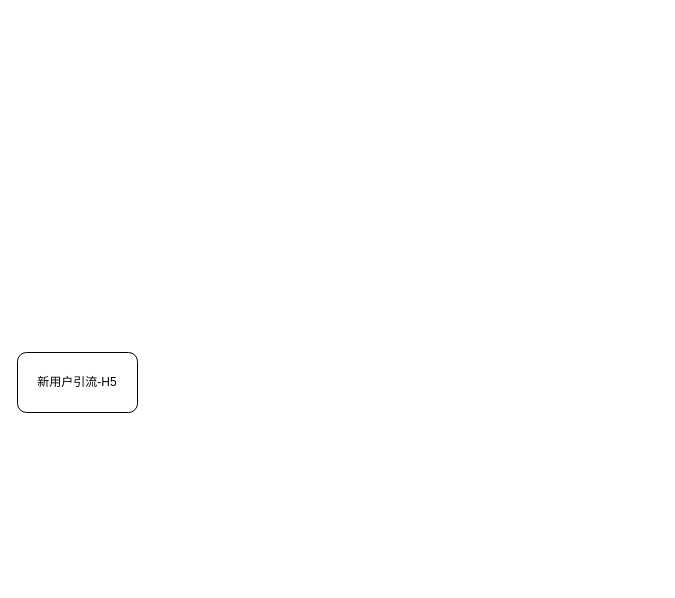
Earlier version of the draw.io diagram newuser_flow.drawio (hardygege/work). Source tidied: cells renumbered, new cells numbered last; positions are measured from the earlier drawing's top-left corner, leaving out a move shared by most shapes. Both pictures are drawn from the tidied source at 100%, with x=0, y=0 at pixel (17, 352).
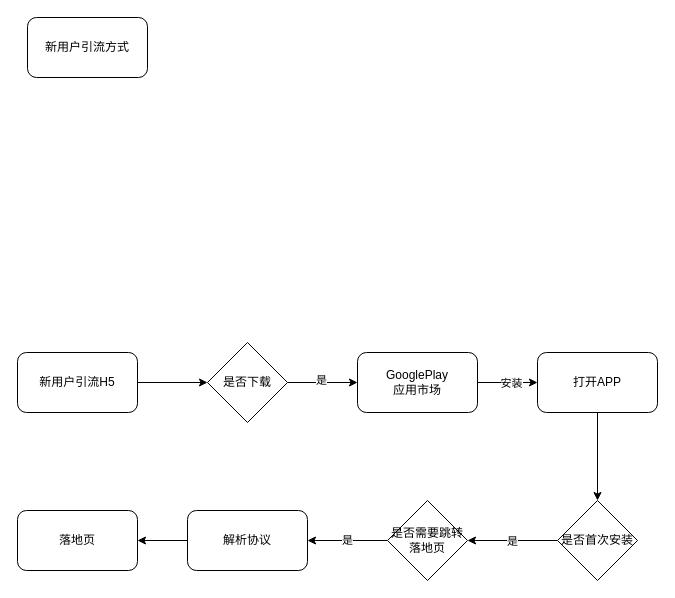
The same diagram, later.

Change to the diagram source:
```diff
@@
+    <mxCell id="3" style="edgeStyle=orthogonalEdgeStyle;rounded=0;jettySize=auto;html=1;" parent="1" edge="1" source="2" target="9">
+      <mxGeometry relative="1" as="geometry" />
+    </mxCell>
-    <mxCell id="2" value="新用户引流-H5" style="rounded=1;whiteSpace=wrap;html=1;" parent="1" vertex="1">
+    <mxCell id="2" value="新用户引流H5" style="rounded=1;whiteSpace=wrap;html=1;" parent="1" vertex="1">
       <mxGeometry width="120" height="60" as="geometry" />
     </mxCell>
+    <mxCell id="4" style="edgeStyle=orthogonalEdgeStyle;rounded=0;jettySize=auto;html=1;" parent="1" edge="1" source="6" target="11">
+      <mxGeometry relative="1" as="geometry" />
+    </mxCell>
+    <mxCell id="5" value="安装" style="edgeLabel;html=1;align=center;verticalAlign=middle;" parent="4" vertex="1">
+      <mxGeometry x="0.1" relative="1" as="geometry" />
+    </mxCell>
+    <mxCell id="6" value="GooglePlay&lt;br&gt;应用市场" style="rounded=1;whiteSpace=wrap;html=1;" parent="1" vertex="1">
+      <mxGeometry x="340" width="120" height="60" as="geometry" />
+    </mxCell>
+    <mxCell id="7" style="edgeStyle=orthogonalEdgeStyle;rounded=0;jettySize=auto;html=1;" parent="1" edge="1" source="9" target="6">
+      <mxGeometry relative="1" as="geometry" />
+    </mxCell>
+    <mxCell id="8" value="是" style="edgeLabel;html=1;align=center;verticalAlign=middle;" parent="7" vertex="1">
+      <mxGeometry x="-0.06" y="3" relative="1" as="geometry" />
+    </mxCell>
+    <mxCell id="9" value="是否下载" style="rhombus;whiteSpace=wrap;html=1;" parent="1" vertex="1">
+      <mxGeometry x="190" y="-10" width="80" height="80" as="geometry" />
+    </mxCell>
+    <mxCell id="10" style="edgeStyle=orthogonalEdgeStyle;rounded=0;jettySize=auto;html=1;" parent="1" edge="1" source="11" target="14">
+      <mxGeometry relative="1" as="geometry" />
+    </mxCell>
+    <mxCell id="11" value="打开APP" style="rounded=1;whiteSpace=wrap;html=1;" parent="1" vertex="1">
+      <mxGeometry x="520" width="120" height="60" as="geometry" />
+    </mxCell>
+    <mxCell id="12" style="edgeStyle=orthogonalEdgeStyle;rounded=0;jettySize=auto;html=1;" parent="1" edge="1" source="14" target="18">
+      <mxGeometry relative="1" as="geometry" />
+    </mxCell>
+    <mxCell id="13" value="是" style="edgeLabel;html=1;align=center;verticalAlign=middle;" parent="12" vertex="1">
+      <mxGeometry x="0.02" relative="1" as="geometry" />
+    </mxCell>
+    <mxCell id="14" value="是否首次安装" style="rhombus;whiteSpace=wrap;html=1;" parent="1" vertex="1">
+      <mxGeometry x="540" y="148" width="80" height="80" as="geometry" />
+    </mxCell>
+    <mxCell id="15" style="edgeStyle=orthogonalEdgeStyle;rounded=0;jettySize=auto;html=1;" parent="1" edge="1" source="16" target="19">
+      <mxGeometry relative="1" as="geometry" />
+    </mxCell>
+    <mxCell id="16" value="解析协议" style="rounded=1;whiteSpace=wrap;html=1;" parent="1" vertex="1">
+      <mxGeometry x="170" y="158" width="120" height="60" as="geometry" />
+    </mxCell>
+    <mxCell id="17" value="是" style="edgeStyle=orthogonalEdgeStyle;rounded=0;jettySize=auto;html=1;" parent="1" edge="1" source="18" target="16">
+      <mxGeometry relative="1" as="geometry" />
+    </mxCell>
+    <mxCell id="18" value="&lt;span&gt;是否需要跳转落地页&lt;/span&gt;" style="rhombus;whiteSpace=wrap;html=1;" parent="1" vertex="1">
+      <mxGeometry x="370" y="148" width="80" height="80" as="geometry" />
+    </mxCell>
+    <mxCell id="19" value="落地页" style="rounded=1;whiteSpace=wrap;html=1;" parent="1" vertex="1">
+      <mxGeometry y="158" width="120" height="60" as="geometry" />
+    </mxCell>
+    <mxCell id="20" value="新用户引流方式" style="rounded=1;whiteSpace=wrap;html=1;" parent="1" vertex="1">
+      <mxGeometry x="10" y="-335" width="120" height="60" as="geometry" />
+    </mxCell>
```
